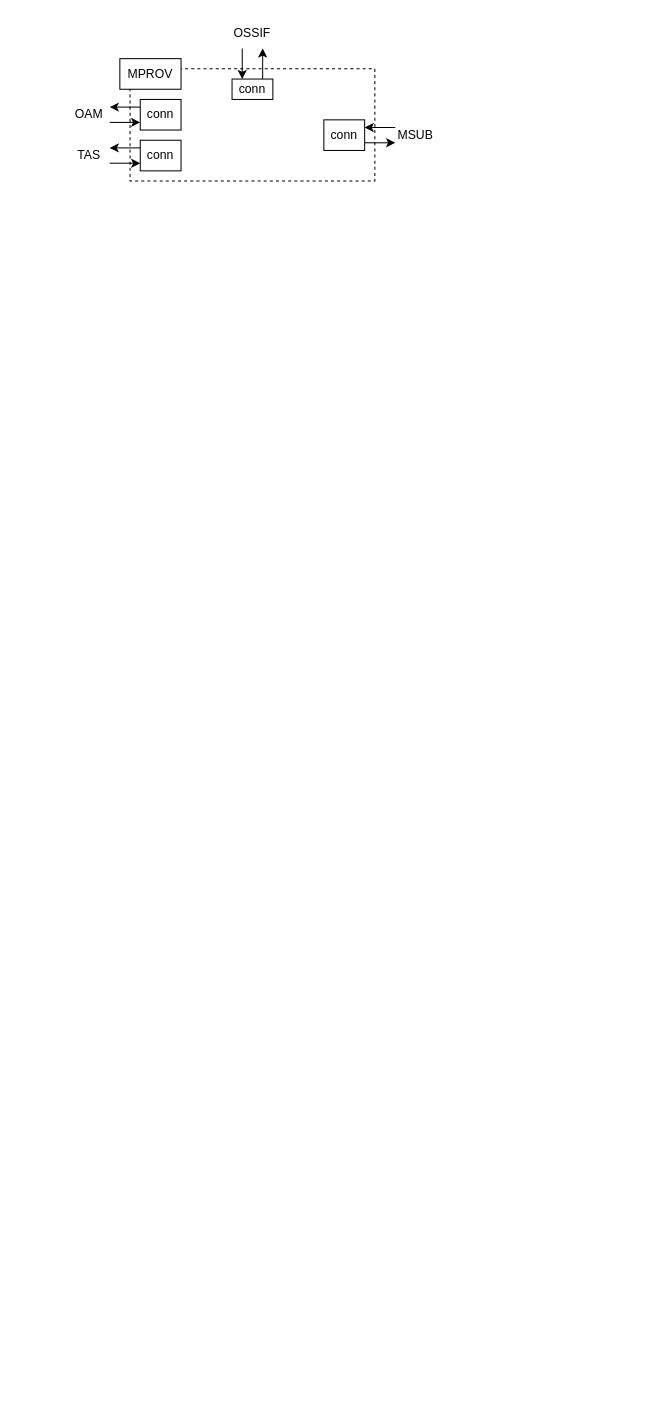
This is MPROV.drawio from JaeHyeon774/NEWTIL, a draw.io file, before an edit. Source tidied: cells renumbered, new cells numbered last; positions are measured from the earlier drawing's top-left corner, leaving out a move shared by most shapes. Both pictures are drawn from the tidied source at 102%, with x=0, y=0 at pixel (68, 17).
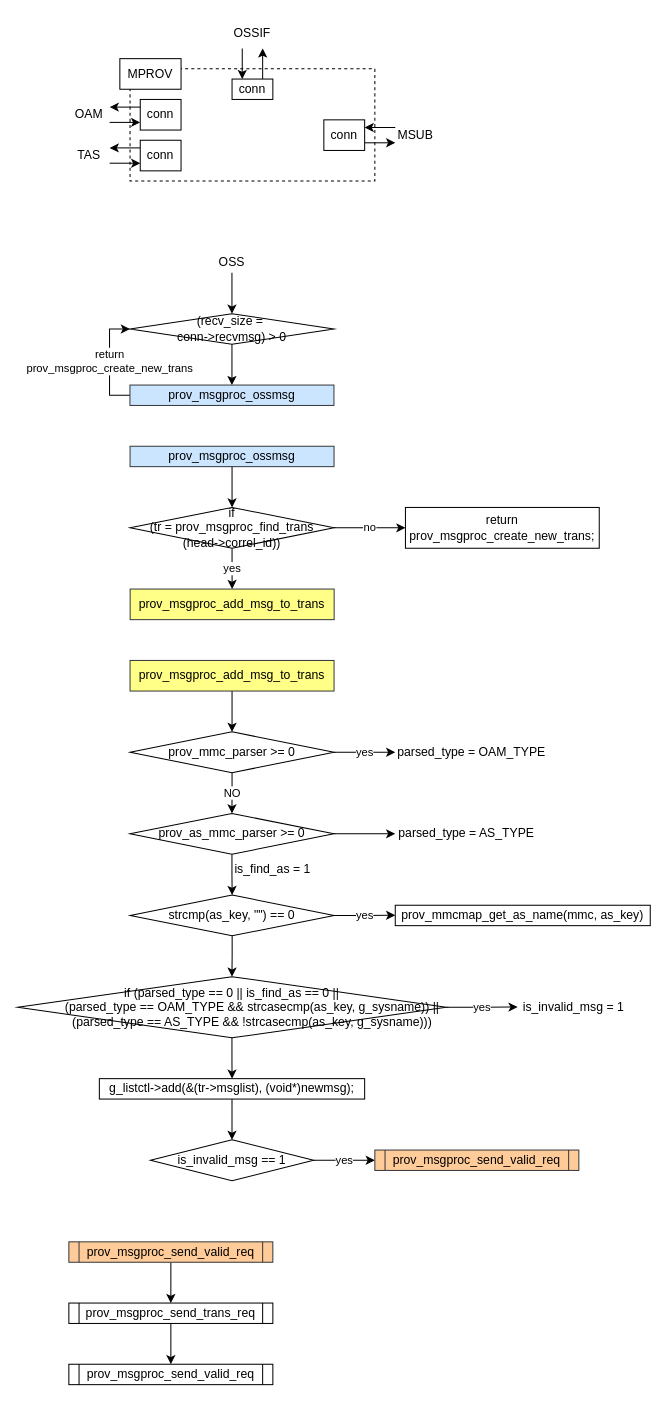
Above is the later version.

Change to the diagram source:
```diff
@@
+    <mxCell id="20" value="(recv_size =&amp;nbsp;&lt;div&gt;conn-&amp;gt;recvmsg) &amp;gt; 0&lt;/div&gt;" style="rhombus;whiteSpace=wrap;html=1;" parent="1" vertex="1">
+      <mxGeometry x="59.9" y="290" width="200" height="30" as="geometry" />
+    </mxCell>
+    <mxCell id="21" style="endArrow=classic;html=1;rounded=0;entryX=0.5;entryY=0;entryDx=0;entryDy=0;exitX=0.5;exitY=1;exitDx=0;exitDy=0;" parent="1" edge="1" source="23" target="20">
+      <mxGeometry relative="1" as="geometry" />
+    </mxCell>
+    <mxCell id="22" style="edgeStyle=orthogonalEdgeStyle;rounded=0;jettySize=auto;html=1;exitX=0.5;exitY=1;exitDx=0;exitDy=0;entryX=0.5;entryY=0;entryDx=0;entryDy=0;" parent="1" edge="1" source="20" target="25">
+      <mxGeometry relative="1" as="geometry" />
+    </mxCell>
+    <mxCell id="23" value="OSS" style="text;html=1;align=center;verticalAlign=middle;whiteSpace=wrap;rounded=0;" parent="1" vertex="1">
+      <mxGeometry x="139.9" y="230" width="40" height="20" as="geometry" />
+    </mxCell>
+    <mxCell id="24" value="return&lt;div&gt;prov_msgproc_create_new_trans&lt;/div&gt;" style="edgeStyle=orthogonalEdgeStyle;rounded=0;jettySize=auto;html=1;exitX=0;exitY=0.5;exitDx=0;exitDy=0;entryX=0;entryY=0.5;entryDx=0;entryDy=0;" parent="1" edge="1" source="25" target="20">
+      <mxGeometry relative="1" as="geometry" />
+    </mxCell>
+    <mxCell id="25" value="prov_msgproc_ossmsg" style="rounded=0;whiteSpace=wrap;html=1;fillColor=#cce5ff;strokeColor=#36393d;" parent="1" vertex="1">
+      <mxGeometry x="59.9" y="360" width="200" height="20" as="geometry" />
+    </mxCell>
+    <mxCell id="26" value="prov_msgproc_ossmsg" style="rounded=0;whiteSpace=wrap;html=1;fillColor=#cce5ff;strokeColor=#36393d;" parent="1" vertex="1">
+      <mxGeometry x="60" y="420" width="200" height="20" as="geometry" />
+    </mxCell>
+    <mxCell id="27" value="no" style="edgeStyle=orthogonalEdgeStyle;rounded=0;jettySize=auto;html=1;exitX=1;exitY=0.5;exitDx=0;exitDy=0;entryX=0;entryY=0.5;entryDx=0;entryDy=0;" parent="1" edge="1" source="29" target="31">
+      <mxGeometry relative="1" as="geometry" />
+    </mxCell>
+    <mxCell id="28" value="yes" style="edgeStyle=orthogonalEdgeStyle;rounded=0;jettySize=auto;html=1;exitX=0.5;exitY=1;exitDx=0;exitDy=0;entryX=0.5;entryY=0;entryDx=0;entryDy=0;" parent="1" edge="1" source="29" target="32">
+      <mxGeometry relative="1" as="geometry" />
+    </mxCell>
+    <mxCell id="29" value="if&lt;div&gt;(&lt;span style=&quot;background-color: transparent; color: light-dark(rgb(0, 0, 0), rgb(255, 255, 255));&quot;&gt;tr = prov_msgproc_find_trans&lt;/span&gt;&lt;div&gt;(head-&amp;gt;correl_id))&lt;/div&gt;&lt;/div&gt;" style="rhombus;whiteSpace=wrap;html=1;" parent="1" vertex="1">
+      <mxGeometry x="60" y="480" width="200" height="40" as="geometry" />
+    </mxCell>
+    <mxCell id="30" style="edgeStyle=orthogonalEdgeStyle;rounded=0;jettySize=auto;html=1;exitX=0.5;exitY=1;exitDx=0;exitDy=0;entryX=0.5;entryY=0;entryDx=0;entryDy=0;" parent="1" edge="1" source="26" target="29">
+      <mxGeometry relative="1" as="geometry" />
+    </mxCell>
+    <mxCell id="31" value="&lt;div&gt;return&lt;/div&gt;prov_msgproc_create_new_trans;" style="rounded=0;whiteSpace=wrap;html=1;" parent="1" vertex="1">
+      <mxGeometry x="330" y="480" width="190" height="40" as="geometry" />
+    </mxCell>
+    <mxCell id="32" value="prov_msgproc_add_msg_to_trans" style="rounded=0;whiteSpace=wrap;html=1;fillColor=#ffff88;strokeColor=#36393d;" parent="1" vertex="1">
+      <mxGeometry x="60.1" y="560" width="200" height="30" as="geometry" />
+    </mxCell>
+    <mxCell id="33" style="edgeStyle=orthogonalEdgeStyle;rounded=0;jettySize=auto;html=1;exitX=0.5;exitY=1;exitDx=0;exitDy=0;entryX=0.5;entryY=0;entryDx=0;entryDy=0;" parent="1" edge="1" source="34" target="37">
+      <mxGeometry relative="1" as="geometry" />
+    </mxCell>
+    <mxCell id="34" value="prov_msgproc_add_msg_to_trans" style="rounded=0;whiteSpace=wrap;html=1;fillColor=#ffff88;strokeColor=#36393d;" parent="1" vertex="1">
+      <mxGeometry x="60" y="630" width="200" height="30" as="geometry" />
+    </mxCell>
+    <mxCell id="35" value="NO" style="edgeStyle=orthogonalEdgeStyle;rounded=0;jettySize=auto;html=1;exitX=0.5;exitY=1;exitDx=0;exitDy=0;entryX=0.5;entryY=0;entryDx=0;entryDy=0;" parent="1" edge="1" source="37" target="40">
+      <mxGeometry relative="1" as="geometry" />
+    </mxCell>
+    <mxCell id="36" value="yes" style="edgeStyle=orthogonalEdgeStyle;rounded=0;jettySize=auto;html=1;exitX=1;exitY=0.5;exitDx=0;exitDy=0;entryX=0;entryY=0.5;entryDx=0;entryDy=0;" parent="1" edge="1" source="37" target="41">
+      <mxGeometry relative="1" as="geometry" />
+    </mxCell>
+    <mxCell id="37" value="prov_mmc_parser &amp;gt;= 0" style="rhombus;whiteSpace=wrap;html=1;" parent="1" vertex="1">
+      <mxGeometry x="60" y="700" width="200" height="40" as="geometry" />
+    </mxCell>
+    <mxCell id="38" style="edgeStyle=orthogonalEdgeStyle;rounded=0;jettySize=auto;html=1;exitX=1;exitY=0.5;exitDx=0;exitDy=0;entryX=0;entryY=0.5;entryDx=0;entryDy=0;" parent="1" edge="1" source="40" target="42">
+      <mxGeometry relative="1" as="geometry" />
+    </mxCell>
+    <mxCell id="39" style="edgeStyle=orthogonalEdgeStyle;rounded=0;jettySize=auto;html=1;exitX=0.5;exitY=1;exitDx=0;exitDy=0;entryX=0.5;entryY=0;entryDx=0;entryDy=0;" parent="1" edge="1" source="40" target="45">
+      <mxGeometry relative="1" as="geometry" />
+    </mxCell>
+    <mxCell id="40" value="prov_as_mmc_parser &amp;gt;= 0" style="rhombus;whiteSpace=wrap;html=1;" parent="1" vertex="1">
+      <mxGeometry x="59.9" y="780" width="200" height="40" as="geometry" />
+    </mxCell>
+    <mxCell id="41" value="parsed_type = OAM_TYPE" style="text;html=1;align=center;verticalAlign=middle;whiteSpace=wrap;rounded=0;" parent="1" vertex="1">
+      <mxGeometry x="320" y="705" width="150" height="30" as="geometry" />
+    </mxCell>
+    <mxCell id="42" value="parsed_type = AS_TYPE" style="text;html=1;align=center;verticalAlign=middle;whiteSpace=wrap;rounded=0;" parent="1" vertex="1">
+      <mxGeometry x="320" y="785" width="140" height="30" as="geometry" />
+    </mxCell>
+    <mxCell id="43" value="is_find_as = 1" style="text;html=1;align=center;verticalAlign=middle;whiteSpace=wrap;rounded=0;" parent="1" vertex="1">
+      <mxGeometry x="160" y="830" width="80" height="10" as="geometry" />
+    </mxCell>
+    <mxCell id="44" value="yes" style="edgeStyle=orthogonalEdgeStyle;rounded=0;jettySize=auto;html=1;exitX=1;exitY=0.5;exitDx=0;exitDy=0;" parent="1" edge="1" source="45">
+      <mxGeometry relative="1" as="geometry">
+        <mxPoint x="320" y="879.8" as="targetPoint" />
+      </mxGeometry>
+    </mxCell>
+    <mxCell id="45" value="strcmp(as_key, &quot;&quot;) == 0" style="rhombus;whiteSpace=wrap;html=1;" parent="1" vertex="1">
+      <mxGeometry x="60.1" y="860" width="200" height="40" as="geometry" />
+    </mxCell>
+    <mxCell id="46" value="prov_mmcmap_get_as_name(mmc, as_key)" style="rounded=0;whiteSpace=wrap;html=1;" parent="1" vertex="1">
+      <mxGeometry x="320" y="870" width="250" height="20" as="geometry" />
+    </mxCell>
+    <mxCell id="47" style="edgeStyle=orthogonalEdgeStyle;rounded=0;jettySize=auto;html=1;exitX=0.5;exitY=1;exitDx=0;exitDy=0;entryX=0.5;entryY=0;entryDx=0;entryDy=0;" parent="1" edge="1" source="45" target="50">
+      <mxGeometry relative="1" as="geometry" />
+    </mxCell>
+    <mxCell id="48" value="yes" style="edgeStyle=orthogonalEdgeStyle;rounded=0;jettySize=auto;html=1;exitX=1;exitY=0.5;exitDx=0;exitDy=0;" parent="1" edge="1" source="50">
+      <mxGeometry relative="1" as="geometry">
+        <mxPoint x="440" y="969.8" as="targetPoint" />
+      </mxGeometry>
+    </mxCell>
+    <mxCell id="49" style="edgeStyle=orthogonalEdgeStyle;rounded=0;jettySize=auto;html=1;exitX=0.5;exitY=1;exitDx=0;exitDy=0;" parent="1" edge="1" source="50" target="53">
+      <mxGeometry relative="1" as="geometry" />
+    </mxCell>
+    <mxCell id="50" value="&lt;div&gt;if (parsed_type == 0 ||&amp;nbsp;&lt;span style=&quot;background-color: transparent; color: light-dark(rgb(0, 0, 0), rgb(255, 255, 255));&quot;&gt;is_find_as == 0 ||&lt;/span&gt;&lt;/div&gt;&lt;div&gt;&amp;nbsp; &amp;nbsp; &amp;nbsp; &amp;nbsp; &amp;nbsp; &amp;nbsp; (parsed_type == OAM_TYPE &amp;amp;&amp;amp; strcasecmp(as_key, g_sysname)) ||&lt;/div&gt;&lt;div&gt;&amp;nbsp; &amp;nbsp; &amp;nbsp; &amp;nbsp; &amp;nbsp; &amp;nbsp; (parsed_type == AS_TYPE &amp;amp;&amp;amp; !strcasecmp(as_key, g_sysname)))&lt;/div&gt;" style="rhombus;whiteSpace=wrap;html=1;" parent="1" vertex="1">
+      <mxGeometry x="-50.1" y="940" width="420" height="60" as="geometry" />
+    </mxCell>
+    <mxCell id="51" value="is_invalid_msg = 1" style="text;html=1;align=center;verticalAlign=middle;whiteSpace=wrap;rounded=0;" parent="1" vertex="1">
+      <mxGeometry x="440" y="955" width="110" height="30" as="geometry" />
+    </mxCell>
+    <mxCell id="52" style="edgeStyle=orthogonalEdgeStyle;rounded=0;jettySize=auto;html=1;exitX=0.5;exitY=1;exitDx=0;exitDy=0;" parent="1" edge="1" source="53" target="55">
+      <mxGeometry relative="1" as="geometry" />
+    </mxCell>
+    <mxCell id="53" value="g_listctl-&amp;gt;add(&amp;amp;(tr-&amp;gt;msglist), (void*)newmsg);" style="rounded=0;whiteSpace=wrap;html=1;" parent="1" vertex="1">
+      <mxGeometry x="29.9" y="1040" width="260.1" height="20" as="geometry" />
+    </mxCell>
+    <mxCell id="54" value="yes" style="edgeStyle=orthogonalEdgeStyle;rounded=0;jettySize=auto;html=1;exitX=1;exitY=0.5;exitDx=0;exitDy=0;" parent="1" edge="1" source="55" target="56">
+      <mxGeometry relative="1" as="geometry" />
+    </mxCell>
+    <mxCell id="55" value="is_invalid_msg == 1" style="rhombus;whiteSpace=wrap;html=1;" parent="1" vertex="1">
+      <mxGeometry x="80" y="1100" width="160" height="40" as="geometry" />
+    </mxCell>
+    <mxCell id="56" value="prov_msgproc_send_valid_req" style="shape=process;whiteSpace=wrap;html=1;backgroundOutline=1;size=0.05;fillColor=#ffcc99;strokeColor=#36393d;" parent="1" vertex="1">
+      <mxGeometry x="300" y="1110" width="200" height="20" as="geometry" />
+    </mxCell>
+    <mxCell id="57" style="edgeStyle=orthogonalEdgeStyle;rounded=0;jettySize=auto;html=1;exitX=0.5;exitY=1;exitDx=0;exitDy=0;entryX=0.5;entryY=0;entryDx=0;entryDy=0;" parent="1" edge="1" source="58" target="60">
+      <mxGeometry relative="1" as="geometry" />
+    </mxCell>
+    <mxCell id="58" value="prov_msgproc_send_valid_req" style="shape=process;whiteSpace=wrap;html=1;backgroundOutline=1;size=0.05;fillColor=#ffcc99;strokeColor=#36393d;" parent="1" vertex="1">
+      <mxGeometry y="1200" width="200" height="20" as="geometry" />
+    </mxCell>
+    <mxCell id="59" style="edgeStyle=orthogonalEdgeStyle;rounded=0;jettySize=auto;html=1;exitX=0.5;exitY=1;exitDx=0;exitDy=0;entryX=0.5;entryY=0;entryDx=0;entryDy=0;" parent="1" edge="1" source="60" target="61">
+      <mxGeometry relative="1" as="geometry" />
+    </mxCell>
+    <mxCell id="60" value="&lt;span style=&quot;text-align: left;&quot;&gt;prov_msgproc_send_trans_req&lt;/span&gt;" style="shape=process;whiteSpace=wrap;html=1;backgroundOutline=1;size=0.05;" parent="1" vertex="1">
+      <mxGeometry y="1260" width="200" height="20" as="geometry" />
+    </mxCell>
+    <mxCell id="61" value="prov_msgproc_send_valid_req" style="shape=process;whiteSpace=wrap;html=1;backgroundOutline=1;size=0.05;" parent="1" vertex="1">
+      <mxGeometry y="1320" width="200" height="20" as="geometry" />
+    </mxCell>
```
